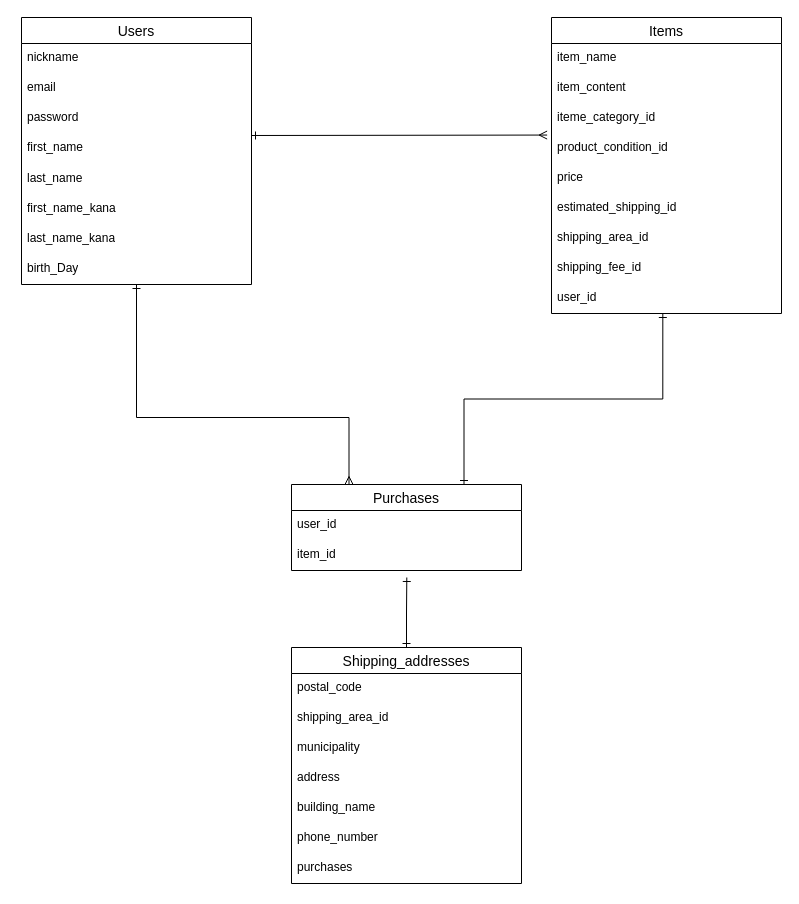
Earlier version of the draw.io diagram furima.dio (tomomi94/furima-34469). Source tidied: cells renumbered, new cells numbered last; positions are measured from the earlier drawing's top-left corner, leaving out a move shared by most shapes. Both pictures are drawn from the tidied source at 100%, with x=0, y=0 at pixel (21, 17).
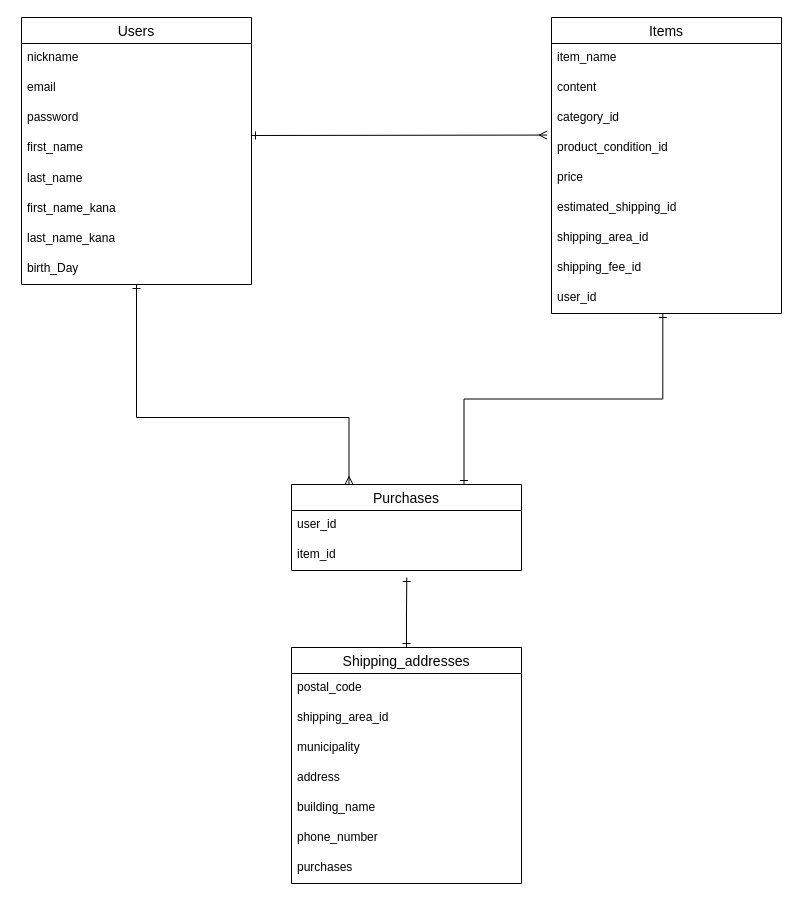
After the change.

Commit message (it also covers changes not shown here):
データベース設計_修正4

The change refers to these unchanged cells:
```xml
<mxCell id="11" value="Items" style="swimlane;fontStyle=0;horizontal=1;startSize=26;align=center;fontSize=14;" parent="1" vertex="1">
  <mxGeometry x="530" width="230" height="296" as="geometry" />
</mxCell>
```

What changed in the source:
```diff
@@
-    <mxCell id="13" value="item_content" style="text;strokeColor=none;fillColor=none;spacingLeft=4;spacingRight=4;overflow=hidden;fontSize=12;" parent="11" vertex="1">
+    <mxCell id="13" value="content" style="text;strokeColor=none;fillColor=none;spacingLeft=4;spacingRight=4;overflow=hidden;fontSize=12;" parent="11" vertex="1">
       <mxGeometry y="56" width="230" height="30" as="geometry" />
     </mxCell>
-    <mxCell id="14" value="iteme_category_id" style="text;strokeColor=none;fillColor=none;spacingLeft=4;spacingRight=4;overflow=hidden;fontSize=12;" parent="11" vertex="1">
+    <mxCell id="14" value="category_id" style="text;strokeColor=none;fillColor=none;spacingLeft=4;spacingRight=4;overflow=hidden;fontSize=12;" parent="11" vertex="1">
       <mxGeometry y="86" width="230" height="30" as="geometry" />
     </mxCell>
```
